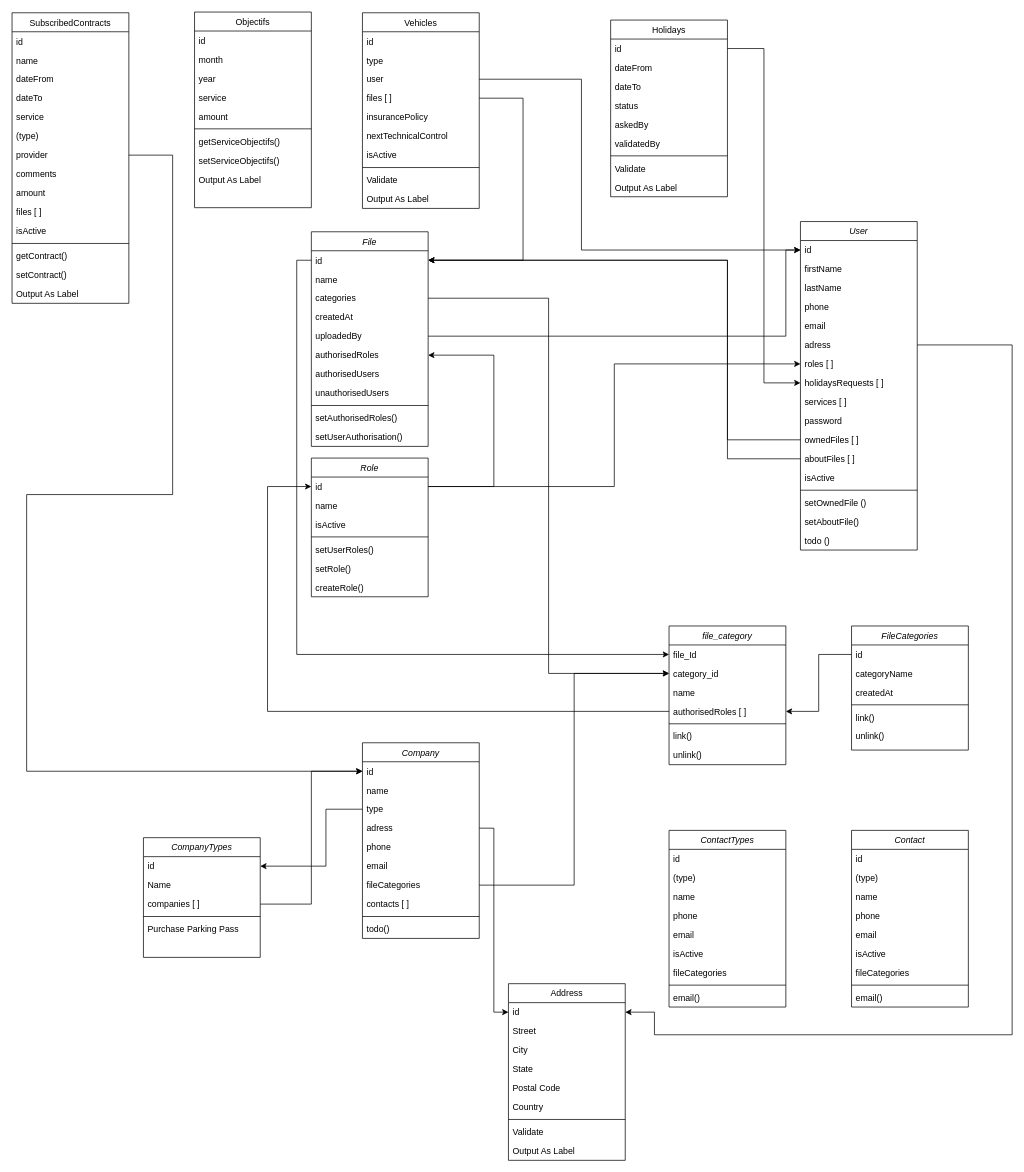
Before: assets/database_reference.drawio in ohugonnot/symfony-velzon-api, a draw.io diagram. Source tidied: cells renumbered, new cells numbered last; positions are measured from the earlier drawing's top-left corner, leaving out a move shared by most shapes. Both pictures are drawn from the tidied source at 73%, with x=0, y=0 at pixel (12, 12).
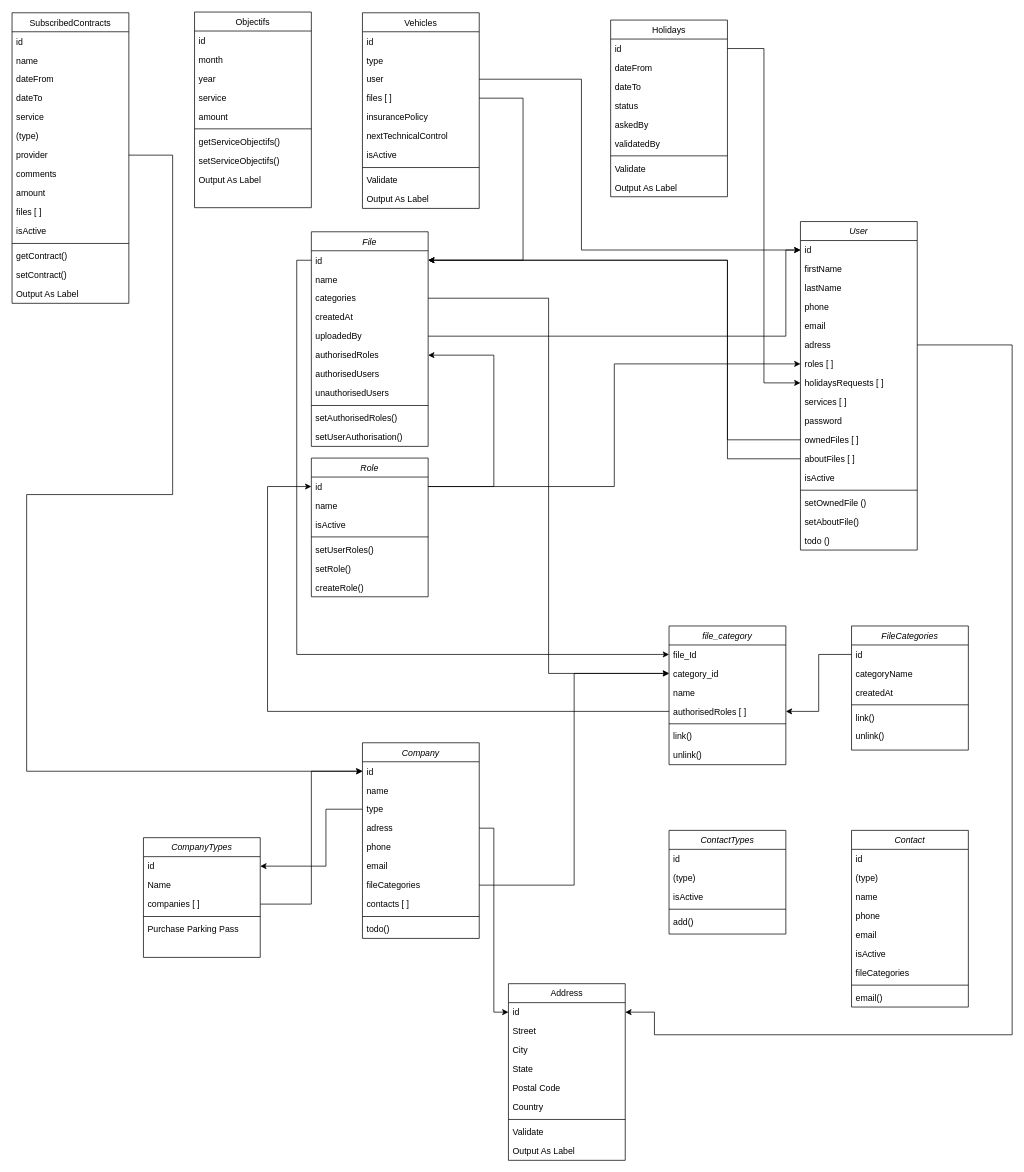
The same page after the edit.

Commit message:
Mettre à jour database_reference.drawio

Diff of the diagram source:
```diff
@@
     <mxCell id="112" value="ContactTypes" style="swimlane;fontStyle=2;align=center;verticalAlign=top;horizontal=1;startSize=26;rounded=0;shadow=0;strokeWidth=1;" parent="1" vertex="1">
-      <mxGeometry x="900" y="1121" width="160" height="242" as="geometry" />
+      <mxGeometry x="900" y="1121" width="160" height="142" as="geometry" />
     </mxCell>
@@
-    <mxCell id="115" value="name" style="text;align=left;verticalAlign=top;spacingLeft=4;spacingRight=4;overflow=hidden;" parent="112" vertex="1">
-      <mxGeometry y="78" width="160" height="26" as="geometry" />
-    </mxCell>
-    <mxCell id="116" value="phone" style="text;align=left;verticalAlign=top;spacingLeft=4;spacingRight=4;overflow=hidden;rounded=0;shadow=0;html=0;" parent="112" vertex="1">
-      <mxGeometry y="104" width="160" height="26" as="geometry" />
-    </mxCell>
-    <mxCell id="117" value="email" style="text;align=left;verticalAlign=top;spacingLeft=4;spacingRight=4;overflow=hidden;rounded=0;shadow=0;html=0;" parent="112" vertex="1">
-      <mxGeometry y="130" width="160" height="26" as="geometry" />
-    </mxCell>
     <mxCell id="118" value="isActive" style="text;align=left;verticalAlign=top;spacingLeft=4;spacingRight=4;overflow=hidden;rounded=0;shadow=0;html=0;" parent="112" vertex="1">
-      <mxGeometry y="156" width="160" height="26" as="geometry" />
+      <mxGeometry y="78" width="160" height="26" as="geometry" />
     </mxCell>
-    <mxCell id="119" value="fileCategories" style="text;align=left;verticalAlign=top;spacingLeft=4;spacingRight=4;overflow=hidden;rounded=0;shadow=0;html=0;" parent="112" vertex="1">
-      <mxGeometry y="182" width="160" height="26" as="geometry" />
-    </mxCell>
     <mxCell id="120" style="line;html=1;strokeWidth=1;align=left;verticalAlign=middle;spacingTop=-1;spacingLeft=3;spacingRight=3;labelPosition=right;" parent="112" vertex="1">
-      <mxGeometry y="208" width="160" height="8" as="geometry" />
+      <mxGeometry y="104" width="160" height="8" as="geometry" />
     </mxCell>
-    <mxCell id="121" value="email()" style="text;align=left;verticalAlign=top;spacingLeft=4;spacingRight=4;overflow=hidden;" parent="112" vertex="1">
-      <mxGeometry y="216" width="160" height="26" as="geometry" />
+    <mxCell id="121" value="add()" style="text;align=left;verticalAlign=top;spacingLeft=4;spacingRight=4;overflow=hidden;" parent="112" vertex="1">
+      <mxGeometry y="112" width="160" height="26" as="geometry" />
     </mxCell>
```
